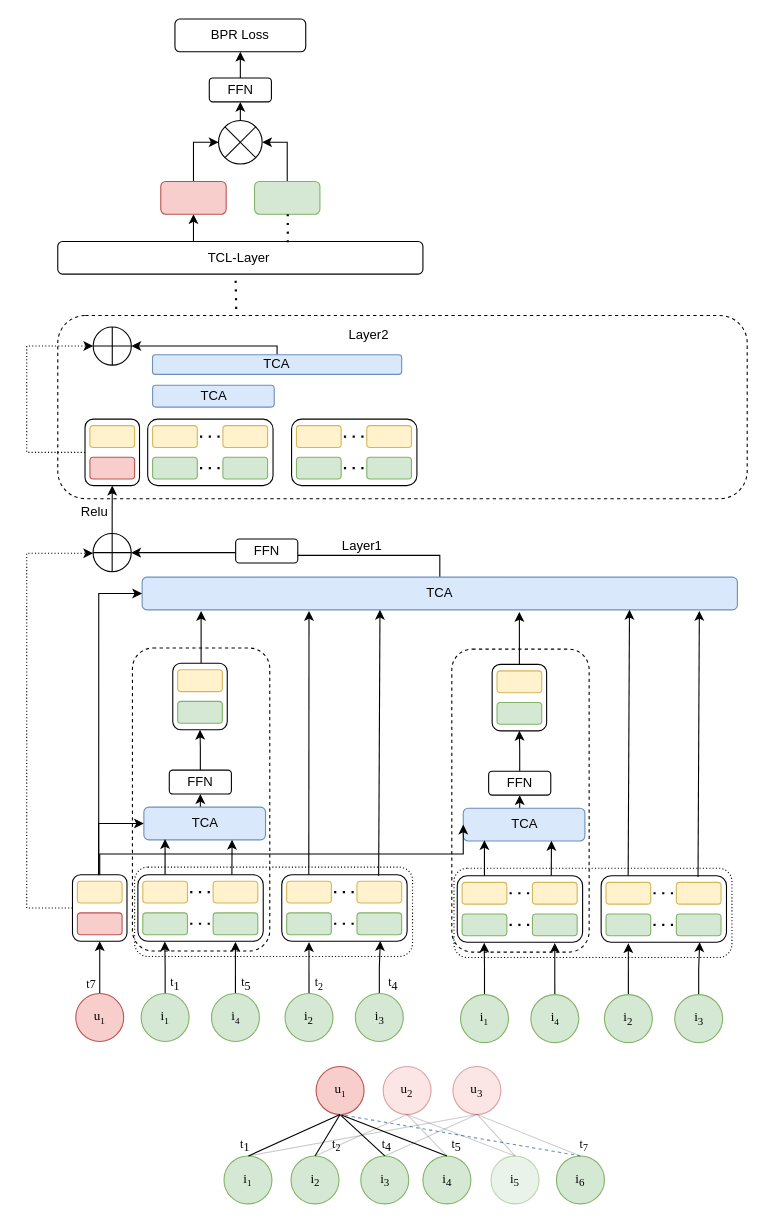
This is MyGNN.drawio from ZYNsama666/BackUp, a draw.io file, before an edit. Source tidied: cells renumbered, new cells numbered last; positions are measured from the earlier drawing's top-left corner, leaving out a move shared by most shapes. Both pictures are drawn from the tidied source at 109%, with x=0, y=0 at pixel (26, 19).
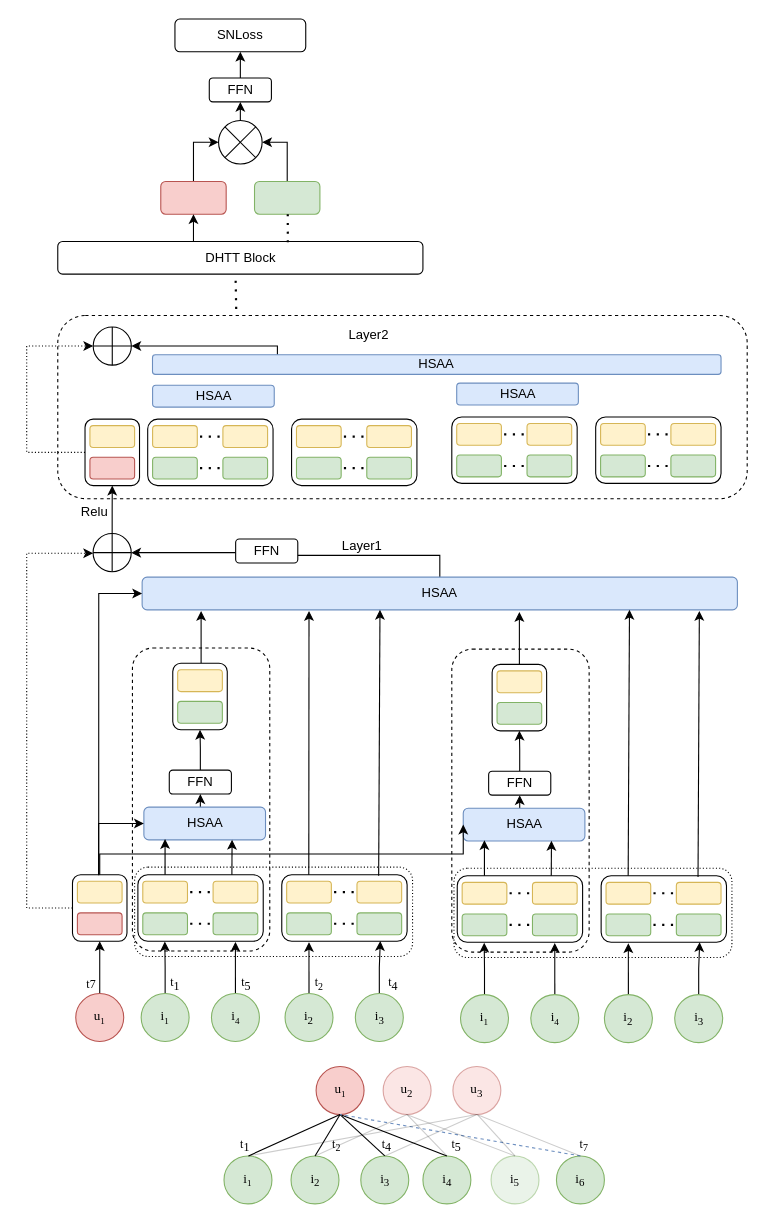
Above is the later version.

Change to the diagram source:
```diff
@@
-    <mxCell id="2" value="BPR Loss" style="rounded=1;whiteSpace=wrap;html=1;" parent="1" vertex="1">
+    <mxCell id="2" value="SNLoss" style="rounded=1;whiteSpace=wrap;html=1;" parent="1" vertex="1">
       <mxGeometry x="136" width="120" height="30" as="geometry" />
     </mxCell>
@@
-    <mxCell id="13" value="TCL-Layer&amp;nbsp;" style="rounded=1;whiteSpace=wrap;html=1;" parent="1" vertex="1">
+    <mxCell id="13" value="DHTT Block" style="rounded=1;whiteSpace=wrap;html=1;" parent="1" vertex="1">
       <mxGeometry x="28.5" y="204" width="335" height="30" as="geometry" />
     </mxCell>
@@
-    <mxCell id="18" value="TCA" style="rounded=1;whiteSpace=wrap;html=1;fillColor=#dae8fc;strokeColor=#6c8ebf;" parent="1" vertex="1">
+    <mxCell id="18" value="HSAA" style="rounded=1;whiteSpace=wrap;html=1;fillColor=#dae8fc;strokeColor=#6c8ebf;" parent="1" vertex="1">
       <mxGeometry x="105.9" y="512" width="546.1" height="30" as="geometry" />
     </mxCell>
@@
-    <mxCell id="20" value="TCA" style="rounded=1;whiteSpace=wrap;html=1;fillColor=#dae8fc;strokeColor=#6c8ebf;" parent="1" vertex="1">
+    <mxCell id="20" value="HSAA" style="rounded=1;whiteSpace=wrap;html=1;fillColor=#dae8fc;strokeColor=#6c8ebf;" parent="1" vertex="1">
       <mxGeometry x="107.5" y="723" width="111.6" height="30" as="geometry" />
     </mxCell>
@@
-    <mxCell id="114" value="TCA" style="rounded=1;whiteSpace=wrap;html=1;fillColor=#dae8fc;strokeColor=#6c8ebf;" parent="1" vertex="1">
-      <mxGeometry x="115.4" y="308" width="228.6" height="18" as="geometry" />
+    <mxCell id="114" value="HSAA" style="rounded=1;whiteSpace=wrap;html=1;fillColor=#dae8fc;strokeColor=#6c8ebf;" parent="1" vertex="1">
+      <mxGeometry x="115.4" y="308" width="521.6" height="18" as="geometry" />
     </mxCell>
-    <mxCell id="115" value="TCA" style="rounded=1;whiteSpace=wrap;html=1;fillColor=#dae8fc;strokeColor=#6c8ebf;" parent="1" vertex="1">
+    <mxCell id="115" value="HSAA" style="rounded=1;whiteSpace=wrap;html=1;fillColor=#dae8fc;strokeColor=#6c8ebf;" parent="1" vertex="1">
       <mxGeometry x="115.5" y="336" width="111.6" height="20" as="geometry" />
     </mxCell>
@@
-    <mxCell id="130" value="TCA" style="rounded=1;whiteSpace=wrap;html=1;fillColor=#dae8fc;strokeColor=#6c8ebf;" parent="1" vertex="1">
+    <mxCell id="130" value="HSAA" style="rounded=1;whiteSpace=wrap;html=1;fillColor=#dae8fc;strokeColor=#6c8ebf;" parent="1" vertex="1">
       <mxGeometry x="400.5" y="724" width="111.6" height="30" as="geometry" />
     </mxCell>
@@
+    <mxCell id="165" style="rounded=1;whiteSpace=wrap;html=1;" parent="1" vertex="1">
+      <mxGeometry x="390" y="365" width="115" height="61" as="geometry" />
+    </mxCell>
+    <mxCell id="166" style="rounded=1;whiteSpace=wrap;html=1;fillColor=#d5e8d4;strokeColor=#82b366;" parent="1" vertex="1">
+      <mxGeometry x="394.5" y="400" width="41" height="20" as="geometry" />
+    </mxCell>
+    <mxCell id="167" style="rounded=1;whiteSpace=wrap;html=1;fillColor=#fff2cc;strokeColor=#d6b656;" parent="1" vertex="1">
+      <mxGeometry x="394.5" y="371" width="41" height="20" as="geometry" />
+    </mxCell>
+    <mxCell id="168" style="rounded=1;whiteSpace=wrap;html=1;fillColor=#fff2cc;strokeColor=#d6b656;" parent="1" vertex="1">
+      <mxGeometry x="459" y="371" width="41" height="20" as="geometry" />
+    </mxCell>
+    <mxCell id="169" style="rounded=1;whiteSpace=wrap;html=1;fillColor=#d5e8d4;strokeColor=#82b366;" parent="1" vertex="1">
+      <mxGeometry x="459" y="400" width="41" height="20" as="geometry" />
+    </mxCell>
+    <mxCell id="170" style="endArrow=none;dashed=1;html=1;dashPattern=1 3;strokeWidth=2;rounded=0;entryX=1;entryY=0.5;entryDx=0;entryDy=0;exitX=0;exitY=0.5;exitDx=0;exitDy=0;" parent="1" edge="1">
+      <mxGeometry relative="1" as="geometry">
+        <mxPoint x="456" y="410" as="sourcePoint" />
+        <mxPoint x="432.5" y="410" as="targetPoint" />
+      </mxGeometry>
+    </mxCell>
+    <mxCell id="171" style="endArrow=none;dashed=1;html=1;dashPattern=1 3;strokeWidth=2;rounded=0;entryX=1;entryY=0.5;entryDx=0;entryDy=0;" parent="1" edge="1">
+      <mxGeometry relative="1" as="geometry">
+        <mxPoint x="456" y="381" as="sourcePoint" />
+        <mxPoint x="432.5" y="381" as="targetPoint" />
+      </mxGeometry>
+    </mxCell>
+    <mxCell id="172" style="rounded=1;whiteSpace=wrap;html=1;" parent="1" vertex="1">
+      <mxGeometry x="522" y="365" width="115" height="61" as="geometry" />
+    </mxCell>
+    <mxCell id="173" style="rounded=1;whiteSpace=wrap;html=1;fillColor=#d5e8d4;strokeColor=#82b366;" parent="1" vertex="1">
+      <mxGeometry x="526.5" y="400" width="41" height="20" as="geometry" />
+    </mxCell>
+    <mxCell id="174" style="rounded=1;whiteSpace=wrap;html=1;fillColor=#fff2cc;strokeColor=#d6b656;" parent="1" vertex="1">
+      <mxGeometry x="526.5" y="371" width="41" height="20" as="geometry" />
+    </mxCell>
+    <mxCell id="175" style="rounded=1;whiteSpace=wrap;html=1;fillColor=#fff2cc;strokeColor=#d6b656;" parent="1" vertex="1">
+      <mxGeometry x="591" y="371" width="41" height="20" as="geometry" />
+    </mxCell>
+    <mxCell id="176" style="rounded=1;whiteSpace=wrap;html=1;fillColor=#d5e8d4;strokeColor=#82b366;" parent="1" vertex="1">
+      <mxGeometry x="591" y="400" width="41" height="20" as="geometry" />
+    </mxCell>
+    <mxCell id="177" style="endArrow=none;dashed=1;html=1;dashPattern=1 3;strokeWidth=2;rounded=0;entryX=1;entryY=0.5;entryDx=0;entryDy=0;exitX=0;exitY=0.5;exitDx=0;exitDy=0;" parent="1" edge="1">
+      <mxGeometry relative="1" as="geometry">
+        <mxPoint x="588" y="410" as="sourcePoint" />
+        <mxPoint x="564.5" y="410" as="targetPoint" />
+      </mxGeometry>
+    </mxCell>
+    <mxCell id="178" style="endArrow=none;dashed=1;html=1;dashPattern=1 3;strokeWidth=2;rounded=0;entryX=1;entryY=0.5;entryDx=0;entryDy=0;" parent="1" edge="1">
+      <mxGeometry relative="1" as="geometry">
+        <mxPoint x="588" y="381" as="sourcePoint" />
+        <mxPoint x="564.5" y="381" as="targetPoint" />
+      </mxGeometry>
+    </mxCell>
+    <mxCell id="179" value="HSAA" style="rounded=1;whiteSpace=wrap;html=1;fillColor=#dae8fc;strokeColor=#6c8ebf;" parent="1" vertex="1">
+      <mxGeometry x="394.5" y="334" width="111.6" height="20" as="geometry" />
+    </mxCell>
```
